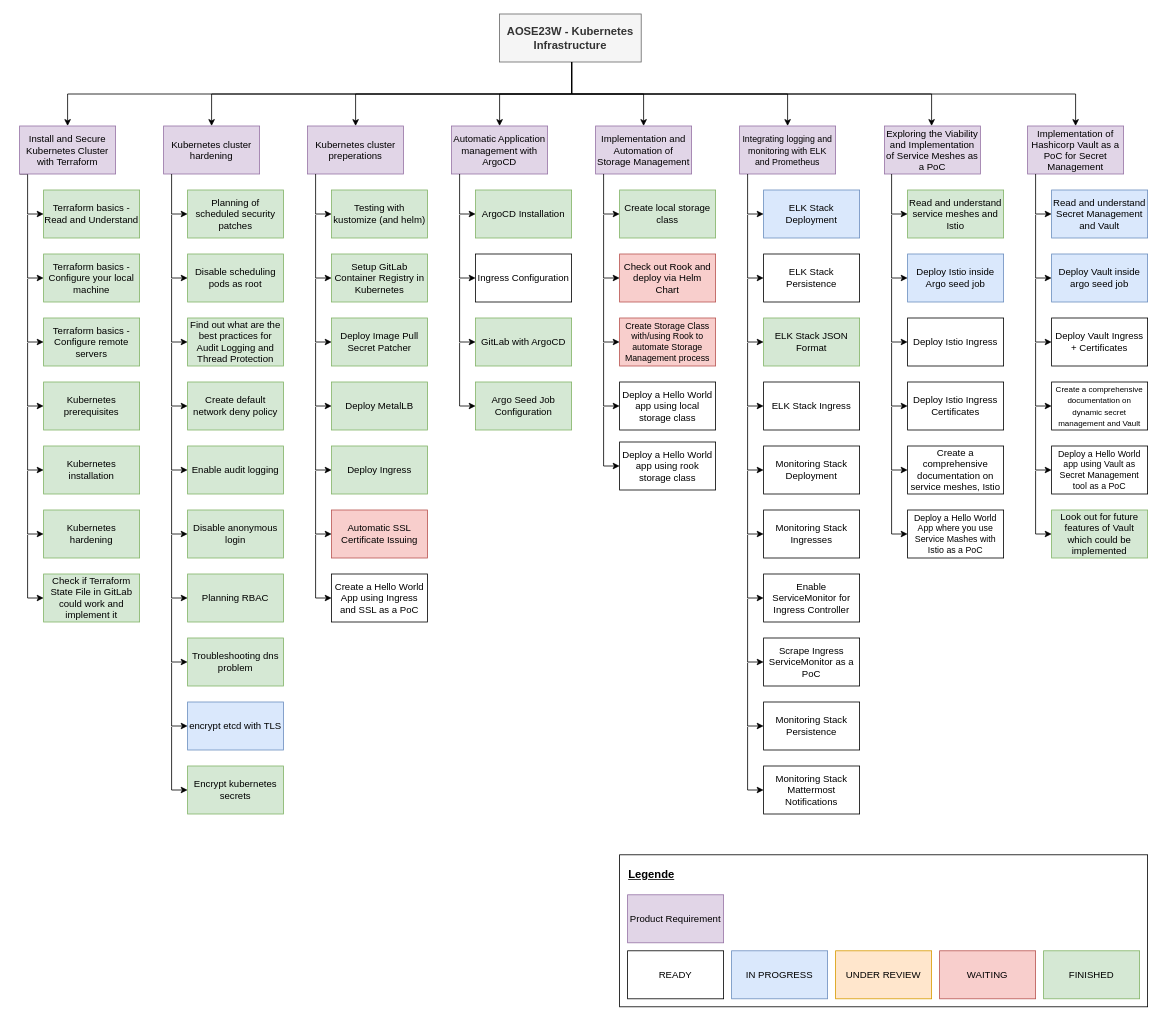
Above: uni-bsc/product-requirements-kubernetes-infrastructure.drawio in pogii123/drawio-charts (draw.io), before the change. Source tidied: cells renumbered, new cells numbered last; positions are measured from the earlier drawing's top-left corner, leaving out a move shared by most shapes. Both pictures are drawn from the tidied source at 80%, with x=0, y=0 at pixel (19, 14).
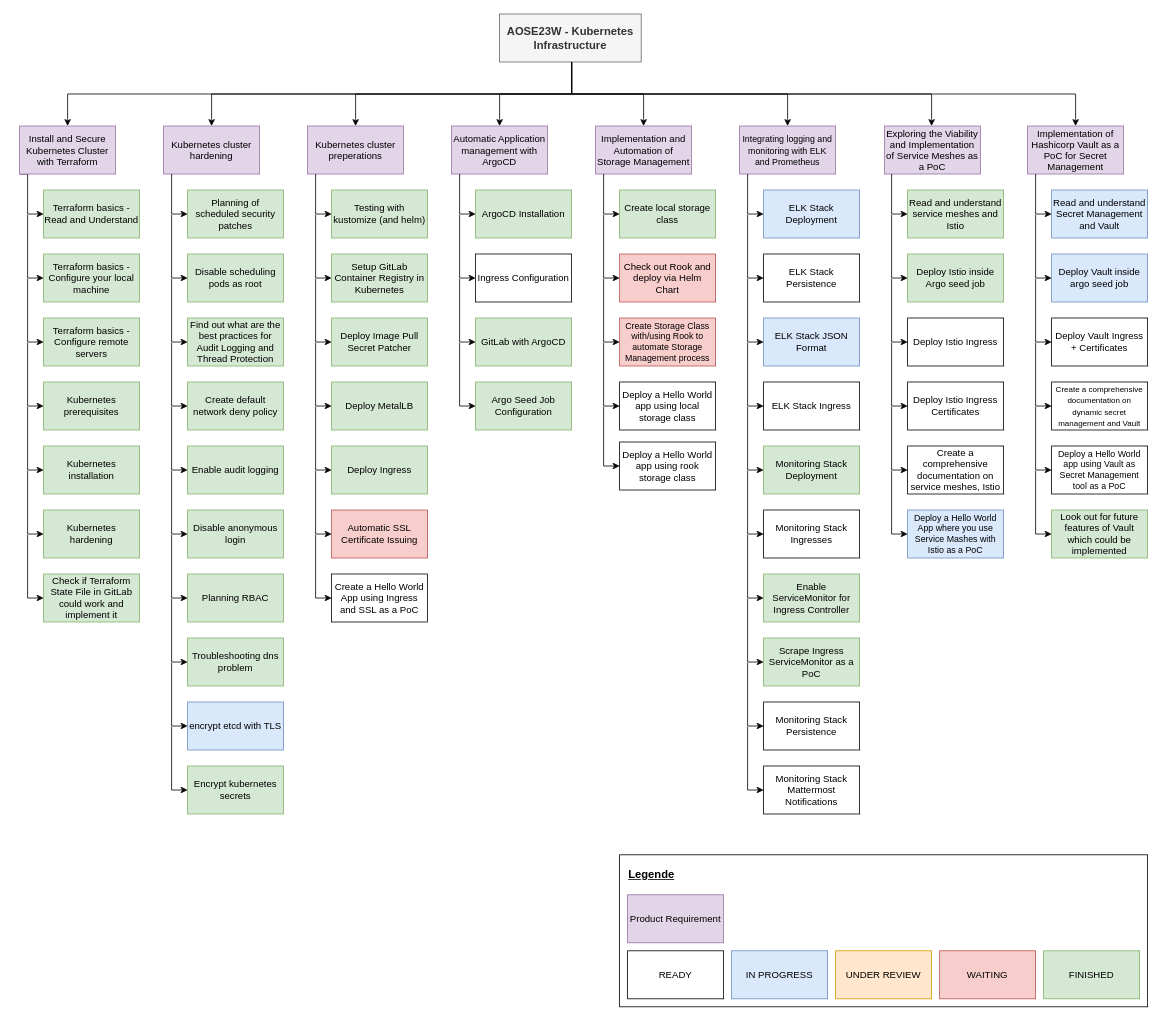
The same page after the edit.

Diff of the diagram source:
```diff
@@
-    <mxCell id="88" value="ELK Stack JSON Format" style="rounded=0;whiteSpace=wrap;html=1;fillColor=#d5e8d4;strokeColor=#82b366;" parent="1" vertex="1">
+    <mxCell id="88" value="ELK Stack JSON Format" style="rounded=0;whiteSpace=wrap;html=1;fillColor=#dae8fc;strokeColor=#6c8ebf;" parent="1" vertex="1">
       <mxGeometry x="930" y="380" width="120" height="60" as="geometry" />
     </mxCell>
@@
-    <mxCell id="90" value="Monitoring Stack Deployment" style="rounded=0;whiteSpace=wrap;html=1;" parent="1" vertex="1">
+    <mxCell id="90" value="Monitoring Stack Deployment" style="rounded=0;whiteSpace=wrap;html=1;fillColor=#d5e8d4;strokeColor=#82b366;" parent="1" vertex="1">
       <mxGeometry x="930" y="540" width="120" height="60" as="geometry" />
     </mxCell>
@@
-    <mxCell id="97" value="Enable ServiceMonitor for Ingress Controller" style="rounded=0;whiteSpace=wrap;html=1;" parent="1" vertex="1">
+    <mxCell id="97" value="Enable ServiceMonitor for Ingress Controller" style="rounded=0;whiteSpace=wrap;html=1;fillColor=#d5e8d4;strokeColor=#82b366;" parent="1" vertex="1">
       <mxGeometry x="930" y="700" width="120" height="60" as="geometry" />
     </mxCell>
-    <mxCell id="98" value="Scrape Ingress ServiceMonitor as a PoC" style="rounded=0;whiteSpace=wrap;html=1;" parent="1" vertex="1">
+    <mxCell id="98" value="Scrape Ingress ServiceMonitor as a PoC" style="rounded=0;whiteSpace=wrap;html=1;fillColor=#d5e8d4;strokeColor=#82b366;" parent="1" vertex="1">
       <mxGeometry x="930" y="780" width="120" height="60" as="geometry" />
     </mxCell>
@@
-    <mxCell id="103" value="Deploy Istio inside Argo seed job" style="rounded=0;whiteSpace=wrap;html=1;fillColor=#dae8fc;strokeColor=#6c8ebf;" parent="1" vertex="1">
+    <mxCell id="103" value="Deploy Istio inside Argo seed job" style="rounded=0;whiteSpace=wrap;html=1;fillColor=#d5e8d4;strokeColor=#82b366;" parent="1" vertex="1">
       <mxGeometry x="1110" y="300" width="120" height="60" as="geometry" />
     </mxCell>
@@
-    <mxCell id="121" value="Deploy a Hello World App where you use Service Mashes with Istio as a PoC" style="rounded=0;whiteSpace=wrap;html=1;fontSize=11;" parent="1" vertex="1">
+    <mxCell id="121" value="Deploy a Hello World App where you use Service Mashes with Istio as a PoC" style="rounded=0;whiteSpace=wrap;html=1;fontSize=11;fillColor=#dae8fc;strokeColor=#6c8ebf;" parent="1" vertex="1">
       <mxGeometry x="1110" y="620" width="120" height="60" as="geometry" />
     </mxCell>
```
